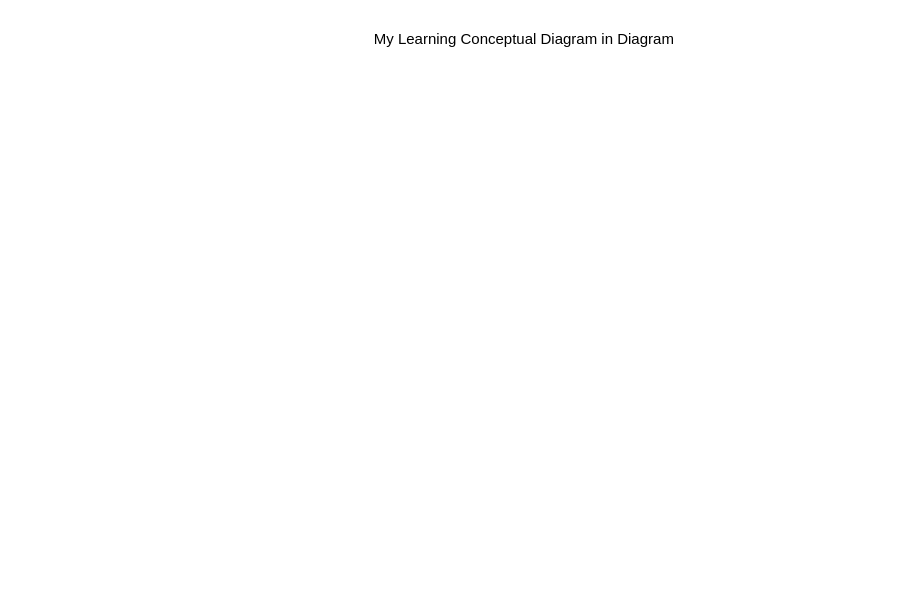
Before: Untitled Diagram.drawio in AkoA777Seneki/Cryptography, a draw.io diagram. Source tidied: cells renumbered, new cells numbered last; positions are measured from the earlier drawing's top-left corner, leaving out a move shared by most shapes. Both pictures are drawn from the tidied source at 125%, with x=0, y=0 at pixel (371, 21).
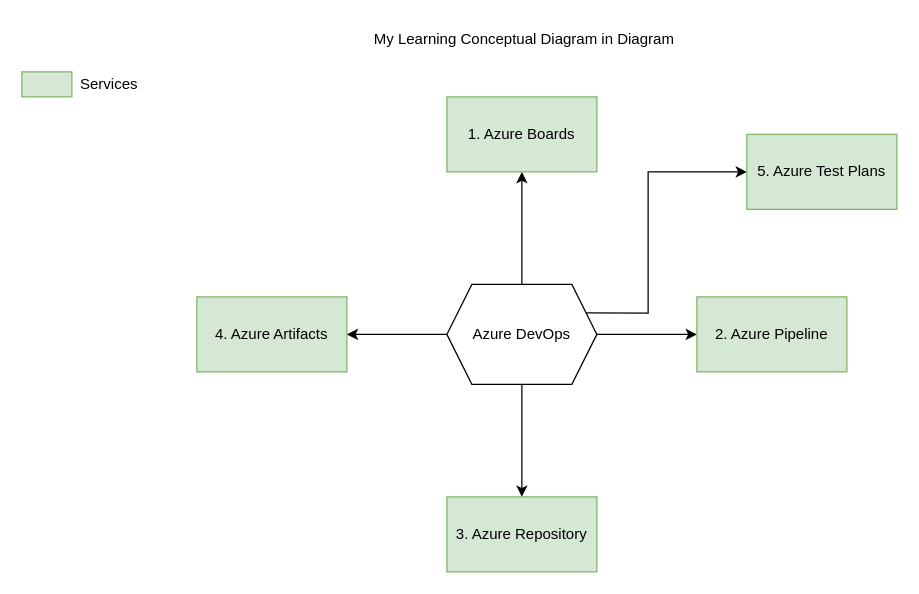
Above is the later version.

The edit, as a diff of the source:
```diff
@@
 <mxGraphModel>
   <root>
     <mxCell id="0" />
     <mxCell id="1" parent="0" />
-    <mxCell id="2" value="My Learning Conceptual Diagram in Diagram" style="text;html=1;whiteSpace=wrap;overflow=hidden;rounded=0;" parent="1" vertex="1">
-      <mxGeometry width="280" height="120" as="geometry" />
+    <mxCell id="2" value="My Learning Conceptual Diagram in Diagram" style="text;html=1;whiteSpace=wrap;overflow=hidden;rounded=0;shadow=0;strokeWidth=4;" parent="1" vertex="1">
+      <mxGeometry width="280" height="40" as="geometry" />
     </mxCell>
+    <mxCell id="3" style="edgeStyle=orthogonalEdgeStyle;rounded=0;jettySize=auto;html=1;" parent="1" edge="1" source="8" target="9">
+      <mxGeometry relative="1" as="geometry" />
+    </mxCell>
+    <mxCell id="4" style="edgeStyle=orthogonalEdgeStyle;rounded=0;jettySize=auto;html=1;" parent="1" edge="1" source="8" target="10">
+      <mxGeometry relative="1" as="geometry" />
+    </mxCell>
+    <mxCell id="5" style="edgeStyle=orthogonalEdgeStyle;rounded=0;jettySize=auto;html=1;" parent="1" edge="1" source="8" target="11">
+      <mxGeometry relative="1" as="geometry" />
+    </mxCell>
+    <mxCell id="6" style="edgeStyle=orthogonalEdgeStyle;rounded=0;jettySize=auto;html=1;" parent="1" edge="1" source="8" target="12">
+      <mxGeometry relative="1" as="geometry" />
+    </mxCell>
+    <mxCell id="7" style="edgeStyle=orthogonalEdgeStyle;rounded=0;jettySize=auto;html=1;exitX=1;exitY=0.25;exitDx=0;exitDy=0;entryX=0;entryY=0.5;entryDx=0;entryDy=0;" parent="1" edge="1" source="8" target="13">
+      <mxGeometry relative="1" as="geometry">
+        <Array as="points">
+          <mxPoint x="221" y="233" />
+          <mxPoint x="221" y="120" />
+        </Array>
+      </mxGeometry>
+    </mxCell>
+    <mxCell id="8" value="Azure DevOps" style="shape=hexagon;perimeter=hexagonPerimeter2;whiteSpace=wrap;html=1;fixedSize=1;size=20;" parent="1" vertex="1">
+      <mxGeometry x="60" y="210" width="120" height="80" as="geometry" />
+    </mxCell>
+    <mxCell id="9" value="1. Azure Boards" style="whiteSpace=wrap;html=1;fillColor=#d5e8d4;strokeColor=#82b366;" parent="1" vertex="1">
+      <mxGeometry x="60" y="60" width="120" height="60" as="geometry" />
+    </mxCell>
+    <mxCell id="10" value="2. Azure Pipeline" style="whiteSpace=wrap;html=1;fillColor=#d5e8d4;strokeColor=#82b366;" parent="1" vertex="1">
+      <mxGeometry x="260" y="220" width="120" height="60" as="geometry" />
+    </mxCell>
+    <mxCell id="11" value="3. Azure Repository" style="whiteSpace=wrap;html=1;fillColor=#d5e8d4;strokeColor=#82b366;" parent="1" vertex="1">
+      <mxGeometry x="60" y="380" width="120" height="60" as="geometry" />
+    </mxCell>
+    <mxCell id="12" value="4. Azure Artifacts" style="whiteSpace=wrap;html=1;fillColor=#d5e8d4;strokeColor=#82b366;" parent="1" vertex="1">
+      <mxGeometry x="-140" y="220" width="120" height="60" as="geometry" />
+    </mxCell>
+    <mxCell id="13" value="5. Azure Test Plans" style="whiteSpace=wrap;html=1;fillColor=#d5e8d4;strokeColor=#82b366;" parent="1" vertex="1">
+      <mxGeometry x="300" y="90" width="120" height="60" as="geometry" />
+    </mxCell>
+    <mxCell id="14" style="rounded=0;whiteSpace=wrap;html=1;fillColor=#d5e8d4;strokeColor=#82b366;" parent="1" vertex="1">
+      <mxGeometry x="-280" y="40" width="40" height="20" as="geometry" />
+    </mxCell>
+    <mxCell id="15" value="Services" style="text;html=1;align=center;verticalAlign=middle;whiteSpace=wrap;rounded=0;" parent="1" vertex="1">
+      <mxGeometry x="-240" y="35" width="60" height="30" as="geometry" />
+    </mxCell>
   </root>
 </mxGraphModel>
```
